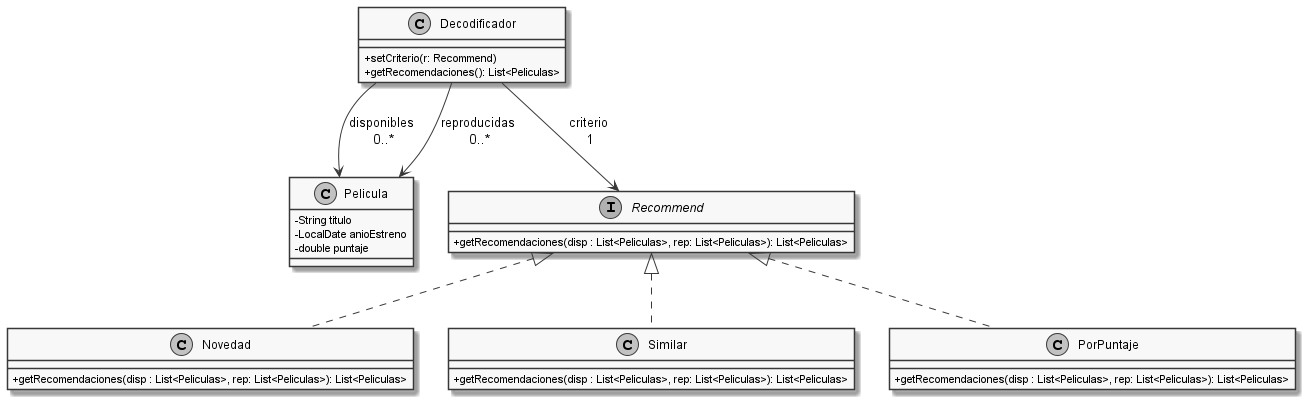
The PlantUML diagram target/classes/practica3/ejercicio4/ej4.png in cd-paliv/oo2, before a commit.
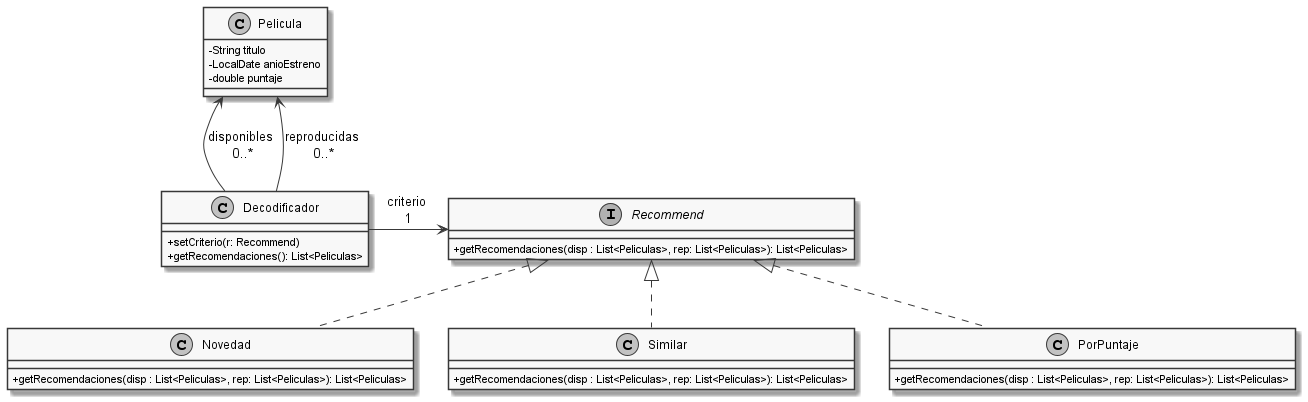
After the change.

Change to the diagram source:
```diff
@@ -7,9 +7,9 @@
  +getRecomendaciones(): List<Peliculas>
 }
 
-Decodificador --> Pelicula : disponibles \n0..*
-Decodificador --> Pelicula : reproducidas \n0..*
-Decodificador --> Recommend : criterio \n1
+Decodificador -up-> Pelicula : disponibles \n0..*
+Decodificador -up-> Pelicula : reproducidas \n0..*
+Decodificador -right-> Recommend : criterio \n1
 
 class Pelicula{
  -String titulo
```
